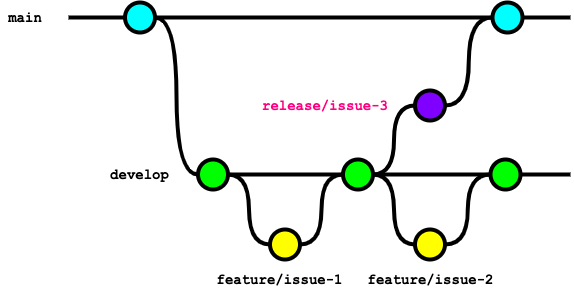
The draw.io diagram documents/forGitBranch/img/branch_strategy_release.drawio.png in future-architect/coding-standards, before a commit. Source tidied: cells renumbered, new cells last; positions are measured from the earlier drawing's top-left corner, leaving out a move shared by most shapes.
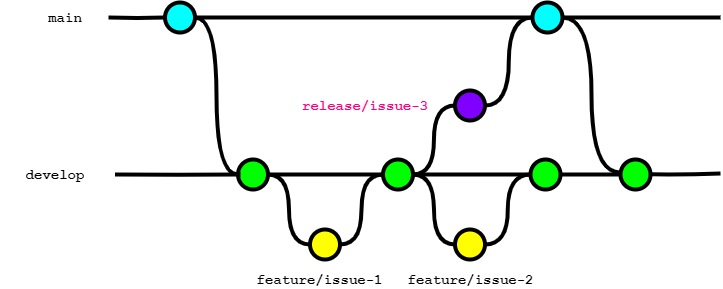
After the change.

What changed in the source:
```diff
@@ -29,7 +29,7 @@
       <mxGeometry x="342.5" y="157" width="30" height="30" as="geometry" />
     </mxCell>
     <mxCell id="10" value="develop" style="text;html=1;strokeColor=none;fillColor=none;align=center;verticalAlign=middle;whiteSpace=wrap;overflow=hidden;fontSize=14;fontStyle=1;fontFamily=Courier New;" parent="1" vertex="1">
-      <mxGeometry x="58.2" y="162" width="162.5" height="20" as="geometry" />
+      <mxGeometry x="-40" y="162" width="110" height="20" as="geometry" />
     </mxCell>
     <mxCell id="11" style="edgeStyle=orthogonalEdgeStyle;curved=1;rounded=0;html=1;exitX=1;exitY=0.5;exitPerimeter=0;entryX=0;entryY=0.5;entryPerimeter=0;endArrow=none;endFill=0;jettySize=auto;strokeWidth=4;fontSize=15;exitDx=0;exitDy=0;entryDx=0;entryDy=0;" parent="1" edge="1" source="7" target="8">
       <mxGeometry relative="1" as="geometry" />
@@ -49,10 +49,8 @@
     <mxCell id="16" style="edgeStyle=orthogonalEdgeStyle;curved=1;rounded=0;html=1;exitX=0;exitY=0.5;exitPerimeter=0;entryX=1;entryY=0.5;entryPerimeter=0;endArrow=none;endFill=0;jettySize=auto;strokeWidth=4;fontSize=15;exitDx=0;exitDy=0;entryDx=0;entryDy=0;" parent="1" edge="1" source="14" target="13">
       <mxGeometry relative="1" as="geometry" />
     </mxCell>
-    <mxCell id="17" style="edgeStyle=orthogonalEdgeStyle;curved=1;rounded=0;jettySize=auto;html=1;endArrow=none;endFill=0;strokeWidth=4;fontFamily=Courier New;fontSize=16;exitX=1;exitY=0.5;exitDx=0;exitDy=0;exitPerimeter=0;" parent="1" edge="1" source="14">
-      <mxGeometry relative="1" as="geometry">
-        <mxPoint x="570" y="172" as="targetPoint" />
-      </mxGeometry>
+    <mxCell id="17" style="edgeStyle=orthogonalEdgeStyle;curved=1;rounded=0;jettySize=auto;html=1;endArrow=none;endFill=0;strokeWidth=4;fontFamily=Courier New;fontSize=16;exitX=1;exitY=0.5;exitDx=0;exitDy=0;exitPerimeter=0;entryX=0;entryY=0.5;entryDx=0;entryDy=0;entryPerimeter=0;" parent="1" edge="1" source="14" target="30">
+      <mxGeometry relative="1" as="geometry" />
     </mxCell>
     <mxCell id="18" style="verticalLabelPosition=bottom;verticalAlign=top;html=1;strokeWidth=4;shape=mxgraph.flowchart.on-page_reference;plain-purple;gradientColor=none;strokeColor=#000000;fillColor=#7F00FF;" parent="1" vertex="1">
       <mxGeometry x="414.5" y="88" width="30" height="30" as="geometry" />
@@ -68,7 +66,7 @@
     </mxCell>
     <mxCell id="22" style="edgeStyle=orthogonalEdgeStyle;curved=1;rounded=0;jettySize=auto;html=1;endArrow=none;endFill=0;strokeWidth=4;fontFamily=Courier New;fontSize=16;exitX=1;exitY=0.5;exitDx=0;exitDy=0;exitPerimeter=0;" parent="1" edge="1" source="4">
       <mxGeometry relative="1" as="geometry">
-        <mxPoint x="570" y="15" as="targetPoint" />
+        <mxPoint x="680" y="15" as="targetPoint" />
       </mxGeometry>
     </mxCell>
     <mxCell id="23" value="feature/issue-1" style="text;html=1;strokeColor=none;fillColor=none;align=center;verticalAlign=middle;whiteSpace=wrap;overflow=hidden;fontSize=14;fontStyle=1;fontFamily=Courier New;" parent="1" vertex="1">
@@ -86,5 +84,25 @@
     <mxCell id="27" style="edgeStyle=orthogonalEdgeStyle;curved=1;rounded=0;jettySize=auto;html=1;endArrow=none;endFill=0;strokeWidth=4;fontFamily=Courier New;fontSize=16;exitX=0;exitY=0.5;exitDx=0;exitDy=0;exitPerimeter=0;entryX=1;entryY=0.5;entryDx=0;entryDy=0;entryPerimeter=0;" parent="1" edge="1" source="14" target="9">
       <mxGeometry relative="1" as="geometry" />
     </mxCell>
+    <mxCell id="28" style="edgeStyle=orthogonalEdgeStyle;curved=1;rounded=0;orthogonalLoop=1;jettySize=auto;html=1;endArrow=none;endFill=0;strokeWidth=4;fontFamily=Courier New;fontSize=16;exitX=1;exitY=0.5;exitDx=0;exitDy=0;exitPerimeter=0;" parent="1" edge="1">
+      <mxGeometry relative="1" as="geometry">
+        <mxPoint x="74.5" y="171.9" as="sourcePoint" />
+        <mxPoint x="200" y="172" as="targetPoint" />
+      </mxGeometry>
+    </mxCell>
+    <mxCell id="29" style="edgeStyle=orthogonalEdgeStyle;curved=1;rounded=0;html=1;entryX=1;entryY=0.5;entryPerimeter=0;endArrow=none;endFill=0;jettySize=auto;strokeWidth=4;fontSize=15;entryDx=0;entryDy=0;" parent="1" edge="1" target="4">
+      <mxGeometry relative="1" as="geometry">
+        <mxPoint x="580" y="170" as="sourcePoint" />
+      </mxGeometry>
+    </mxCell>
+    <mxCell id="30" style="verticalLabelPosition=bottom;verticalAlign=top;html=1;strokeWidth=4;shape=mxgraph.flowchart.on-page_reference;plain-purple;gradientColor=none;strokeColor=#000000;fillColor=#00FF00;" parent="1" vertex="1">
+      <mxGeometry x="580" y="157" width="30" height="30" as="geometry" />
+    </mxCell>
+    <mxCell id="31" style="edgeStyle=orthogonalEdgeStyle;curved=1;rounded=0;orthogonalLoop=1;jettySize=auto;html=1;endArrow=none;endFill=0;strokeWidth=4;fontFamily=Courier New;fontSize=16;exitX=1;exitY=0.5;exitDx=0;exitDy=0;exitPerimeter=0;" parent="1" edge="1">
+      <mxGeometry relative="1" as="geometry">
+        <mxPoint x="610" y="171.8" as="sourcePoint" />
+        <mxPoint x="680" y="171" as="targetPoint" />
+      </mxGeometry>
+    </mxCell>
   </root>
 </mxGraphModel>
```
